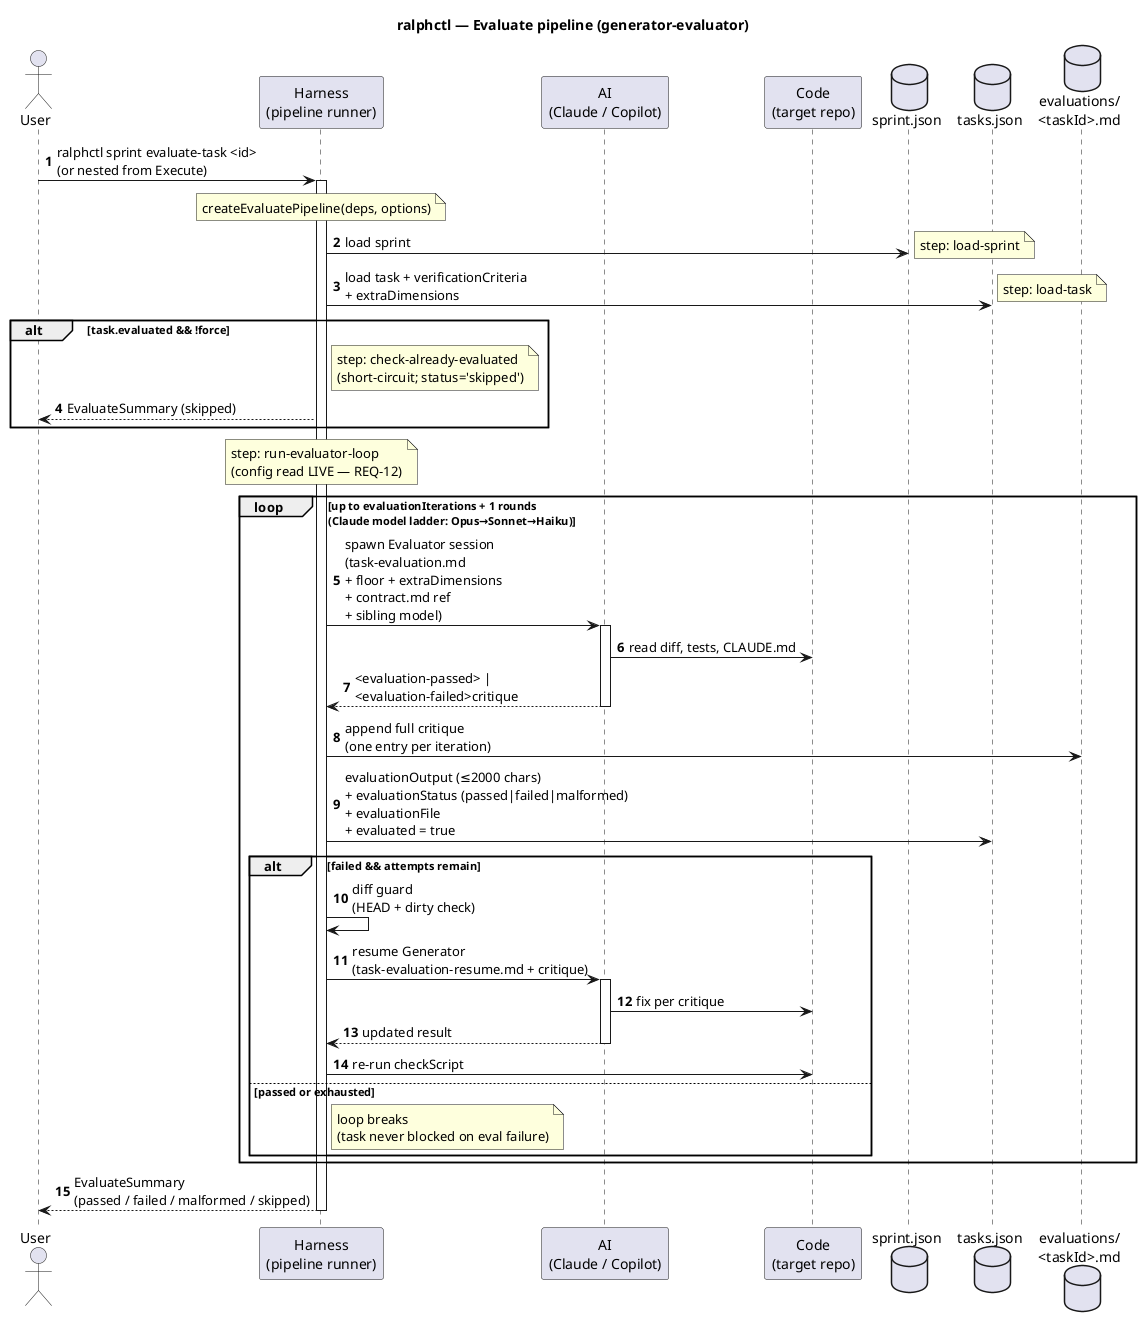
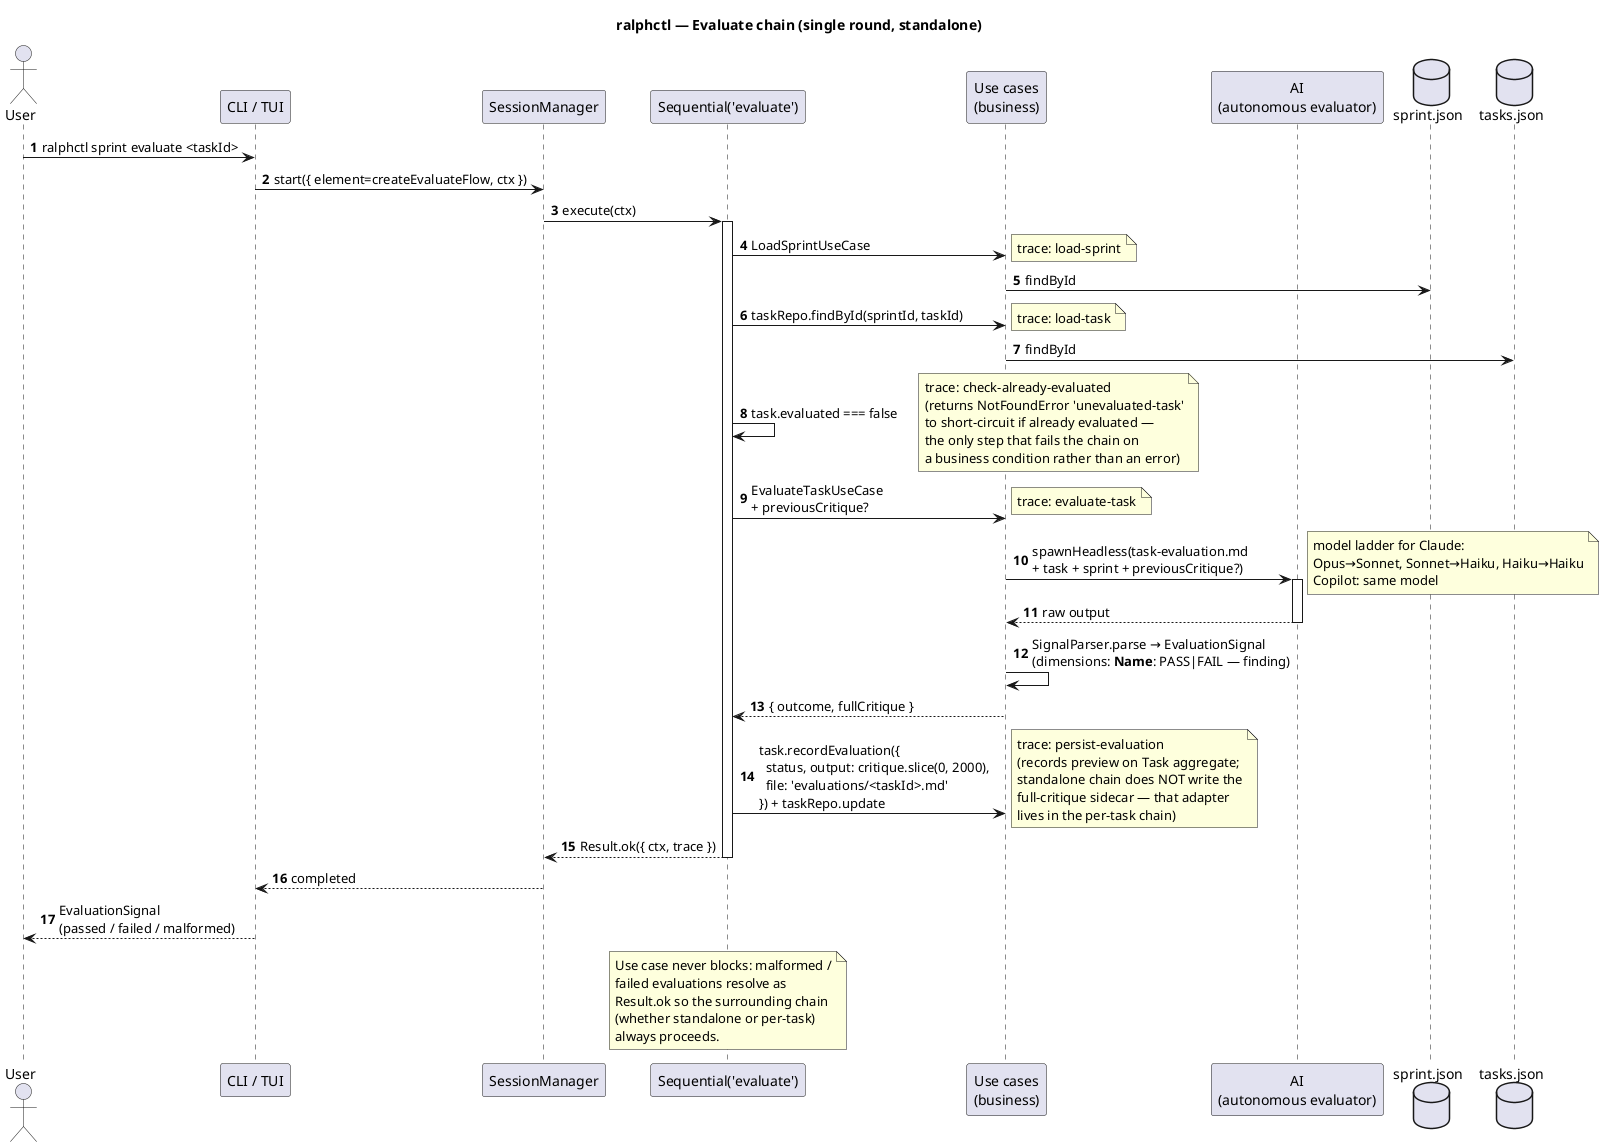
@startuml
- ' Evaluate pipeline — runs standalone (`sprint evaluate-task`) AND nested
- ' inside the Execute per-task pipeline's `evaluate-task` step.
- ' Definition: src/business/pipelines/evaluate.ts
- ' Step shape: load-sprint → load-task → check-already-evaluated → run-evaluator-loop
- title ralphctl — Evaluate pipeline (generator-evaluator)
+ ' Evaluate chain — ralphctl sprint evaluate (standalone, single round)
+ ' Standalone factory: src/application/chains/evaluate/evaluate-flow.ts
+ ' Step trace: load-sprint → load-task → check-already-evaluated → evaluate-task → persist-evaluation
+ '
+ ' The standalone chain runs ONE round per invocation. The multi-round
+ ' fix-and-re-evaluate loop lives inside `execute/per-task-flow.ts` as
+ ' `EvaluateAndFixLoopUseCase`, NOT here.
+ title ralphctl — Evaluate chain (single round, standalone)

autonumber

actor User
- participant Harness as "Harness\n(pipeline runner)"
- participant AI as "AI\n(Claude / Copilot)"
- participant Code as "Code\n(target repo)"
+ participant CLI as "CLI / TUI"
+ participant SM as "SessionManager"
+ participant Chain as "Sequential('evaluate')"
+ participant UC as "Use cases\n(business)"
+ participant AI as "AI\n(autonomous evaluator)"
database sprint.json
database tasks.json
- database "evaluations/\n<taskId>.md" as evals

- User -> Harness : ralphctl sprint evaluate-task <id>\n(or nested from Execute)
- activate Harness
+ User -> CLI : ralphctl sprint evaluate <taskId>
+ CLI -> SM : start({ element=createEvaluateFlow, ctx })
+ SM -> Chain : execute(ctx)
+ activate Chain

- note over Harness: createEvaluatePipeline(deps, options)
+ Chain -> UC : LoadSprintUseCase
+ note right: trace: load-sprint
+ UC -> sprint.json : findById

- Harness -> sprint.json : load sprint
- note right: step: load-sprint
+ Chain -> UC : taskRepo.findById(sprintId, taskId)
+ note right: trace: load-task
+ UC -> tasks.json : findById

- Harness -> tasks.json : load task + verificationCriteria\n+ extraDimensions
- note right: step: load-task
+ Chain -> Chain : task.evaluated === false
+ note right: trace: check-already-evaluated\n(returns NotFoundError 'unevaluated-task'\nto short-circuit if already evaluated —\nthe only step that fails the chain on\na business condition rather than an error)

- alt task.evaluated && !force
-     note right of Harness: step: check-already-evaluated\n(short-circuit; status='skipped')
-     Harness --> User : EvaluateSummary (skipped)
- end
+ Chain -> UC : EvaluateTaskUseCase\n+ previousCritique?
+ note right: trace: evaluate-task
+ UC -> AI : spawnHeadless(task-evaluation.md\n+ task + sprint + previousCritique?)
+ activate AI
+ note right: model ladder for Claude:\nOpus→Sonnet, Sonnet→Haiku, Haiku→Haiku\nCopilot: same model
+ AI --> UC : raw output
+ deactivate AI
+ UC -> UC : SignalParser.parse → EvaluationSignal\n(dimensions: **Name**: PASS|FAIL — finding)
+ UC --> Chain : { outcome, fullCritique }

- note over Harness: step: run-evaluator-loop\n(config read LIVE — REQ-12)
+ Chain -> UC : task.recordEvaluation({\n  status, output: critique.slice(0, 2000),\n  file: 'evaluations/<taskId>.md'\n}) + taskRepo.update
+ note right: trace: persist-evaluation\n(records preview on Task aggregate;\nstandalone chain does NOT write the\nfull-critique sidecar — that adapter\nlives in the per-task chain)

- loop up to evaluationIterations + 1 rounds\n(Claude model ladder: Opus→Sonnet→Haiku)
-     Harness -> AI : spawn Evaluator session\n(task-evaluation.md\n+ floor + extraDimensions\n+ contract.md ref\n+ sibling model)
-     activate AI
-     AI -> Code : read diff, tests, CLAUDE.md
-     AI --> Harness : <evaluation-passed> |\n<evaluation-failed>critique
-     deactivate AI
+ Chain --> SM : Result.ok({ ctx, trace })
+ deactivate Chain
+ SM --> CLI : completed
+ CLI --> User : EvaluationSignal\n(passed / failed / malformed)

-     Harness -> evals : append full critique\n(one entry per iteration)
-     Harness -> tasks.json : evaluationOutput (≤2000 chars)\n+ evaluationStatus (passed|failed|malformed)\n+ evaluationFile\n+ evaluated = true
- 
-     alt failed && attempts remain
-         Harness -> Harness : diff guard\n(HEAD + dirty check)
-         Harness -> AI : resume Generator\n(task-evaluation-resume.md + critique)
-         activate AI
-         AI -> Code : fix per critique
-         AI --> Harness : updated result
-         deactivate AI
-         Harness -> Code : re-run checkScript
-     else passed or exhausted
-         note right of Harness: loop breaks\n(task never blocked on eval failure)
-     end
- end
- 
- Harness --> User : EvaluateSummary\n(passed / failed / malformed / skipped)
- deactivate Harness
+ note over Chain
+   Use case never blocks: malformed /
+   failed evaluations resolve as
+   Result.ok so the surrounding chain
+   (whether standalone or per-task)
+   always proceeds.
+ end note

@enduml
